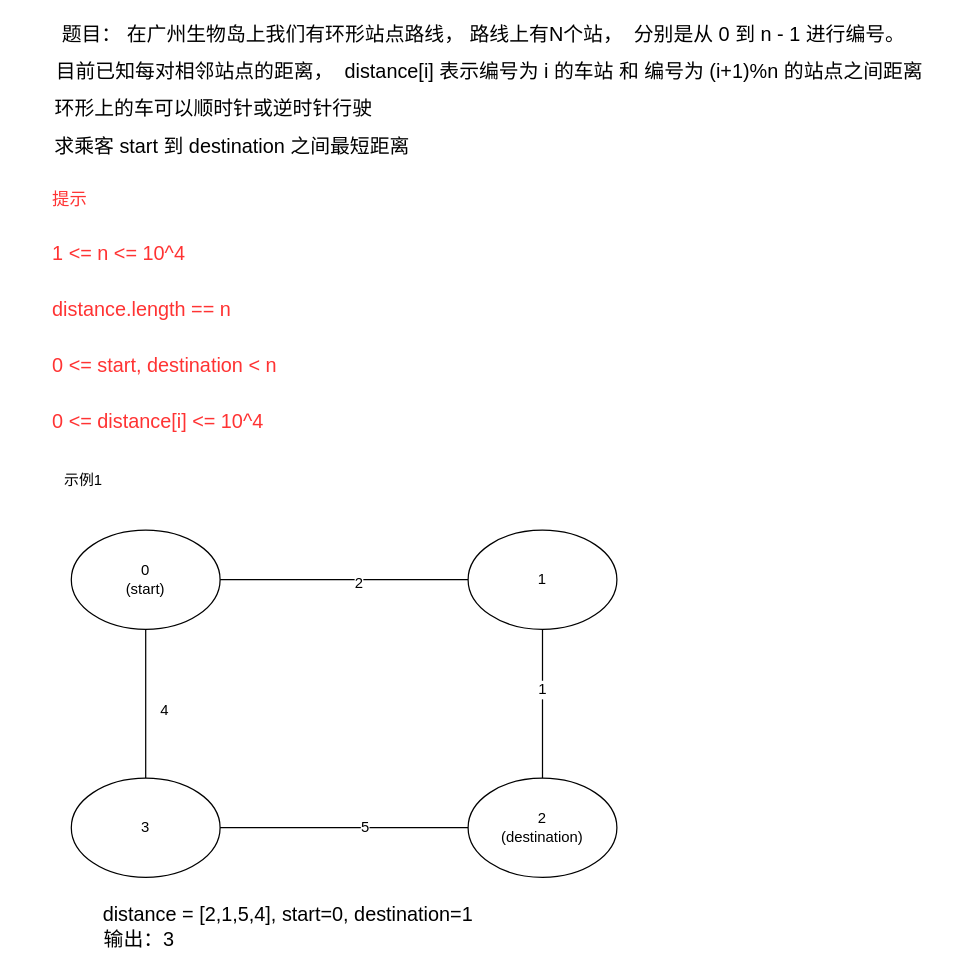
wurh/myDesignDoc keeps this draw.io diagram as 个人信息/算法题1.drawio. Above is the earlier version. Source tidied: cells renumbered, new cells numbered last; positions are measured from the earlier drawing's top-left corner, leaving out a move shared by most shapes. Both pictures are drawn from the tidied source at 124%, with x=0, y=0 at pixel (40, 21).
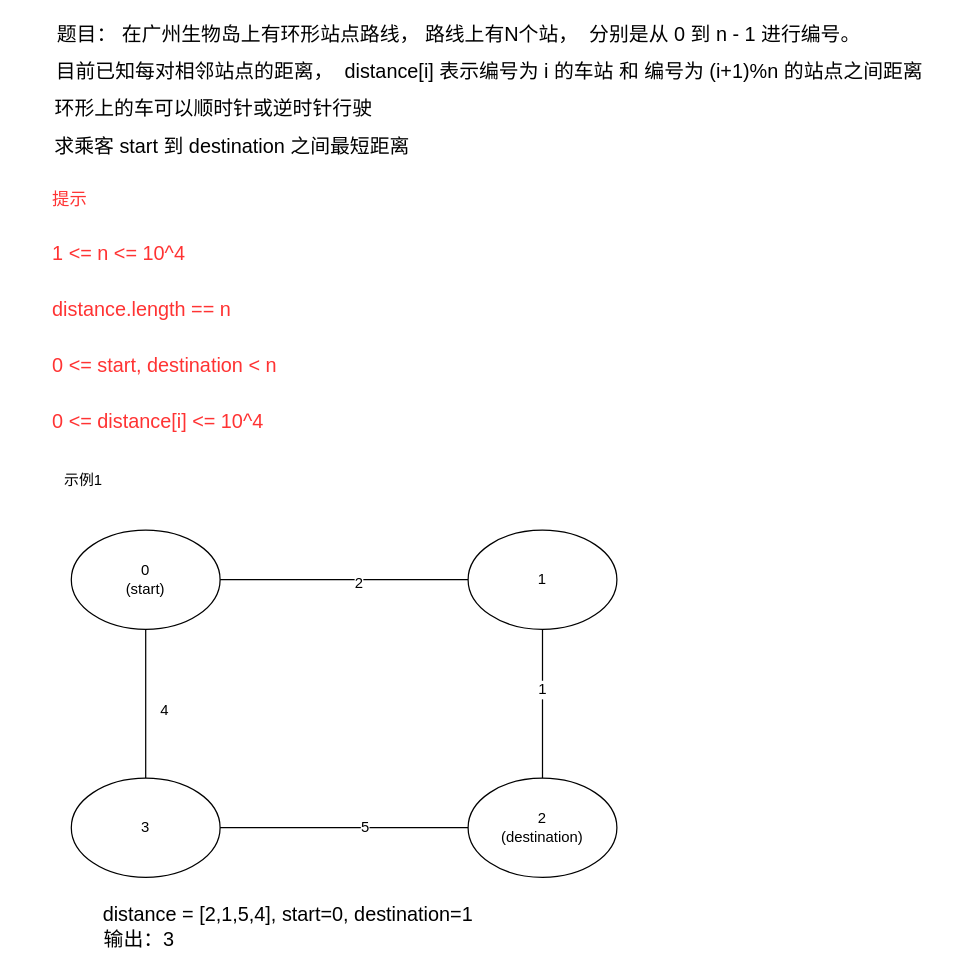
The same page after the edit.

Change to the diagram source:
```diff
@@
-    <mxCell id="2" value="&lt;div&gt;&lt;font style=&quot;font-size: 16px&quot;&gt;题目： 在广州生物岛上我们有环形站点路线， 路线上有N个站，&amp;nbsp; 分别是从 0 到 n - 1 进行编号。&amp;nbsp;&lt;/font&gt;&lt;/div&gt;" style="text;html=1;strokeColor=none;fillColor=none;align=center;verticalAlign=middle;whiteSpace=wrap;rounded=0;" parent="1" vertex="1">
-      <mxGeometry x="5" width="710" height="20" as="geometry" />
+    <mxCell id="2" value="&lt;div&gt;&lt;font style=&quot;font-size: 16px&quot;&gt;题目： 在广州生物岛上有环形站点路线， 路线上有N个站，&amp;nbsp; 分别是从 0 到 n - 1 进行编号。&amp;nbsp;&lt;/font&gt;&lt;/div&gt;" style="text;html=1;strokeColor=none;fillColor=none;align=center;verticalAlign=middle;whiteSpace=wrap;rounded=0;" parent="1" vertex="1">
+      <mxGeometry x="-15" width="710" height="20" as="geometry" />
     </mxCell>
```
